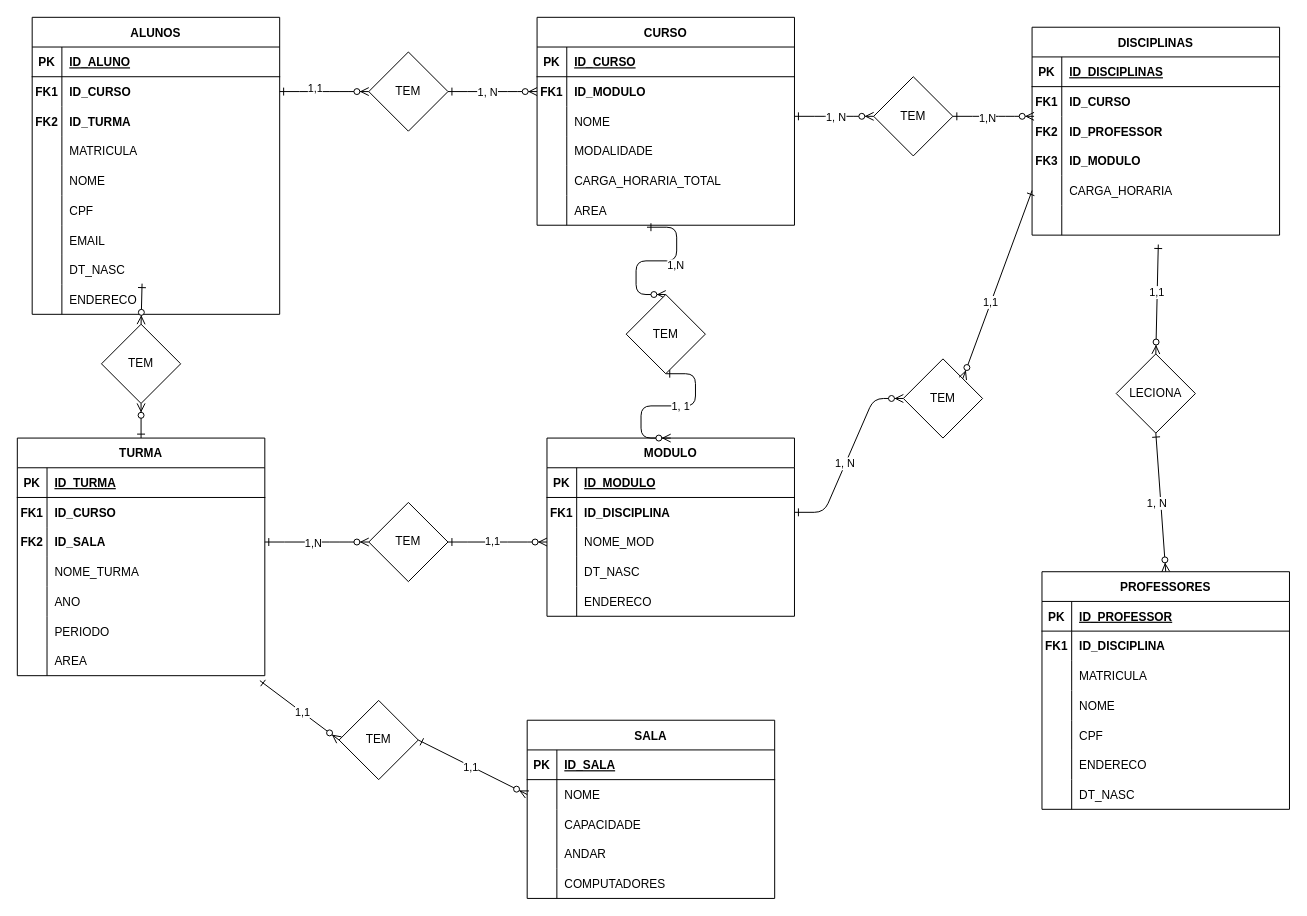
Above: Diagrama sem nome.drawio in adrianopspadilha/BDR-W (draw.io), before the change. Source tidied: cells renumbered, new cells numbered last; positions are measured from the earlier drawing's top-left corner, leaving out a move shared by most shapes. Both pictures are drawn from the tidied source at 99%, with x=0, y=0 at pixel (17, 17).
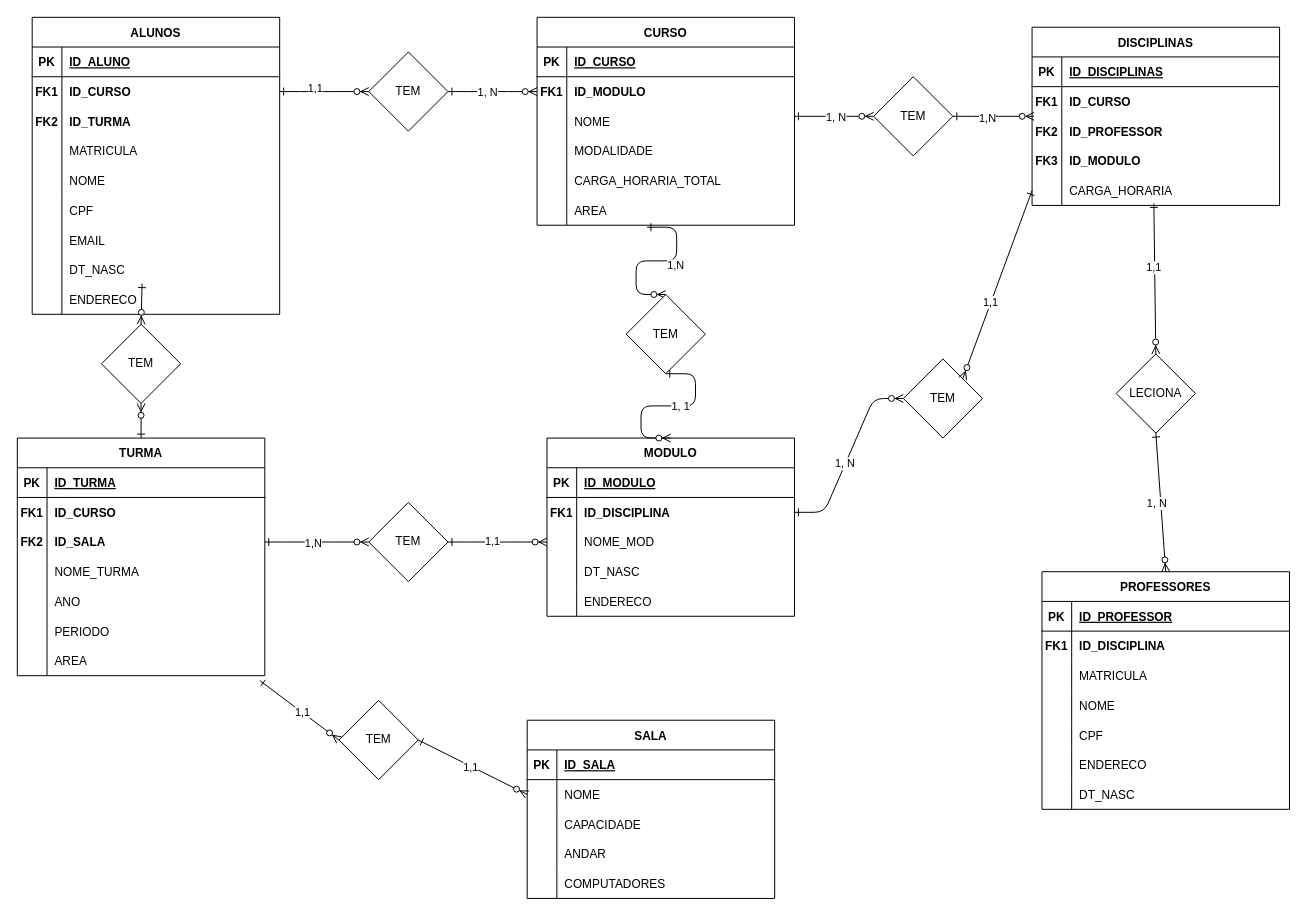
Above is the later version.

Commit message:
atualizacao midday 4.drawio

The change refers to these unchanged cells:
```xml
<mxCell id="38" style="shape=partialRectangle;fillColor=none;points=[[0,0.5],[1,0.5]];portConstraint=eastwest;top=0;left=0;right=0;bottom=0;" parent="25" vertex="1">
  <mxGeometry y="150" width="250" height="30" as="geometry" />
</mxCell>
<mxCell id="166" value="LECIONA" style="rhombus;whiteSpace=wrap;html=1;" parent="1" vertex="1">
  <mxGeometry x="1110" y="340" width="80" height="80" as="geometry" />
</mxCell>
```

Change to the diagram source:
```diff
@@
     <mxCell id="25" value="DISCIPLINAS" style="shape=table;startSize=30;childLayout=tableLayout;rowLines=0;fontStyle=1;align=center;" parent="1" vertex="1">
-      <mxGeometry x="1025" y="10" width="250" height="210" as="geometry" />
+      <mxGeometry x="1025" y="10" width="250" height="180" as="geometry" />
     </mxCell>
@@
-    <mxCell id="41" style="shape=partialRectangle;fillColor=none;points=[[0,0.5],[1,0.5]];portConstraint=eastwest;top=0;left=0;right=0;bottom=0;" parent="25" vertex="1">
-      <mxGeometry y="180" width="250" height="30" as="geometry" />
-    </mxCell>
-    <mxCell id="42" style="shape=partialRectangle;overflow=hidden;fillColor=none;top=0;left=0;bottom=0;right=0;" parent="41" vertex="1">
-      <mxGeometry width="30" height="30" as="geometry" />
-    </mxCell>
-    <mxCell id="43" style="shape=partialRectangle;overflow=hidden;fillColor=none;top=0;left=0;bottom=0;right=0;align=left;spacingLeft=6;" parent="41" vertex="1">
-      <mxGeometry x="30" width="220" height="30" as="geometry" />
-    </mxCell>
@@
-    <mxCell id="169" style="endArrow=ERzeroToMany;startArrow=ERone;endFill=1;startFill=0;rounded=0;exitX=0.51;exitY=1.317;exitDx=0;exitDy=0;exitPerimeter=0;entryX=0.5;entryY=0;entryDx=0;entryDy=0;" parent="1" edge="1" source="41" target="166">
+    <mxCell id="169" style="endArrow=ERzeroToMany;startArrow=ERone;endFill=1;startFill=0;rounded=0;exitX=0.492;exitY=0.933;exitDx=0;exitDy=0;exitPerimeter=0;entryX=0.5;entryY=0;entryDx=0;entryDy=0;" parent="1" edge="1" source="38" target="166">
       <mxGeometry relative="1" as="geometry" />
     </mxCell>
```
